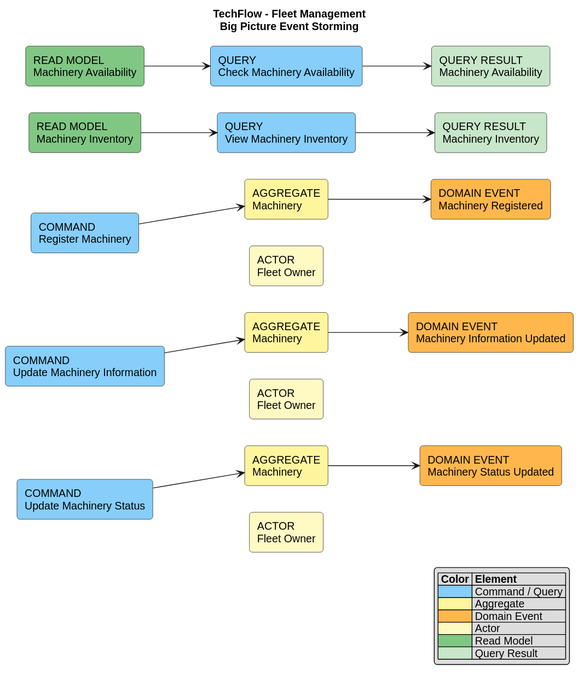
This is assets/architecture/event-storming-rendered/fleet-management-design-level.svg from TechnoLoad-TechFlow/TechFlow, a PlantUML export, as it was before one commit. The source it was exported from:
```plantuml
@startuml
title TechFlow - Fleet Management\nBig Picture Event Storming

left to right direction
skinparam shadowing false
skinparam roundcorner 8
skinparam defaultFontName Arial


rectangle "COMMAND\nRegister Machinery" as CMD_REGISTER #87CEFA
rectangle "AGGREGATE\nMachinery" as AGG_REGISTER #FFF59D
rectangle "DOMAIN EVENT\nMachinery Registered" as EVT_REGISTERED #FFB74D
rectangle "ACTOR\nFleet Owner" as ACT_REGISTER #FFF9C4

rectangle "COMMAND\nUpdate Machinery Information" as CMD_UPDATE_INFO #87CEFA
rectangle "AGGREGATE\nMachinery" as AGG_UPDATE_INFO #FFF59D
rectangle "DOMAIN EVENT\nMachinery Information Updated" as EVT_INFO_UPDATED #FFB74D
rectangle "ACTOR\nFleet Owner" as ACT_UPDATE_INFO #FFF9C4

rectangle "COMMAND\nUpdate Machinery Status" as CMD_UPDATE_STATUS #87CEFA
rectangle "AGGREGATE\nMachinery" as AGG_UPDATE_STATUS #FFF59D
rectangle "DOMAIN EVENT\nMachinery Status Updated" as EVT_STATUS_UPDATED #FFB74D
rectangle "ACTOR\nFleet Owner" as ACT_UPDATE_STATUS #FFF9C4

rectangle "READ MODEL\nMachinery Inventory" as READ_INVENTORY #81C784
rectangle "QUERY\nView Machinery Inventory" as QUERY_INVENTORY #87CEFA
rectangle "QUERY RESULT\nMachinery Inventory" as RESULT_INVENTORY #C8E6C9

rectangle "READ MODEL\nMachinery Availability" as READ_AVAILABILITY #81C784
rectangle "QUERY\nCheck Machinery Availability" as QUERY_AVAILABILITY #87CEFA
rectangle "QUERY RESULT\nMachinery Availability" as RESULT_AVAILABILITY #C8E6C9


CMD_REGISTER --> AGG_REGISTER
AGG_REGISTER --> EVT_REGISTERED
ACT_REGISTER -[hidden]up-> CMD_REGISTER

CMD_UPDATE_INFO --> AGG_UPDATE_INFO
AGG_UPDATE_INFO --> EVT_INFO_UPDATED
ACT_UPDATE_INFO -[hidden]up-> CMD_UPDATE_INFO

CMD_UPDATE_STATUS --> AGG_UPDATE_STATUS
AGG_UPDATE_STATUS --> EVT_STATUS_UPDATED
ACT_UPDATE_STATUS -[hidden]up-> CMD_UPDATE_STATUS


READ_INVENTORY --> QUERY_INVENTORY
QUERY_INVENTORY --> RESULT_INVENTORY
READ_AVAILABILITY --> QUERY_AVAILABILITY
QUERY_AVAILABILITY --> RESULT_AVAILABILITY

legend right
|= Color |= Element |
|<#87CEFA>| Command / Query |
|<#FFF59D>| Aggregate |
|<#FFB74D>| Domain Event |
|<#FFF9C4>| Actor |
|<#81C784>| Read Model |
|<#C8E6C9>| Query Result |
endlegend
@enduml
```
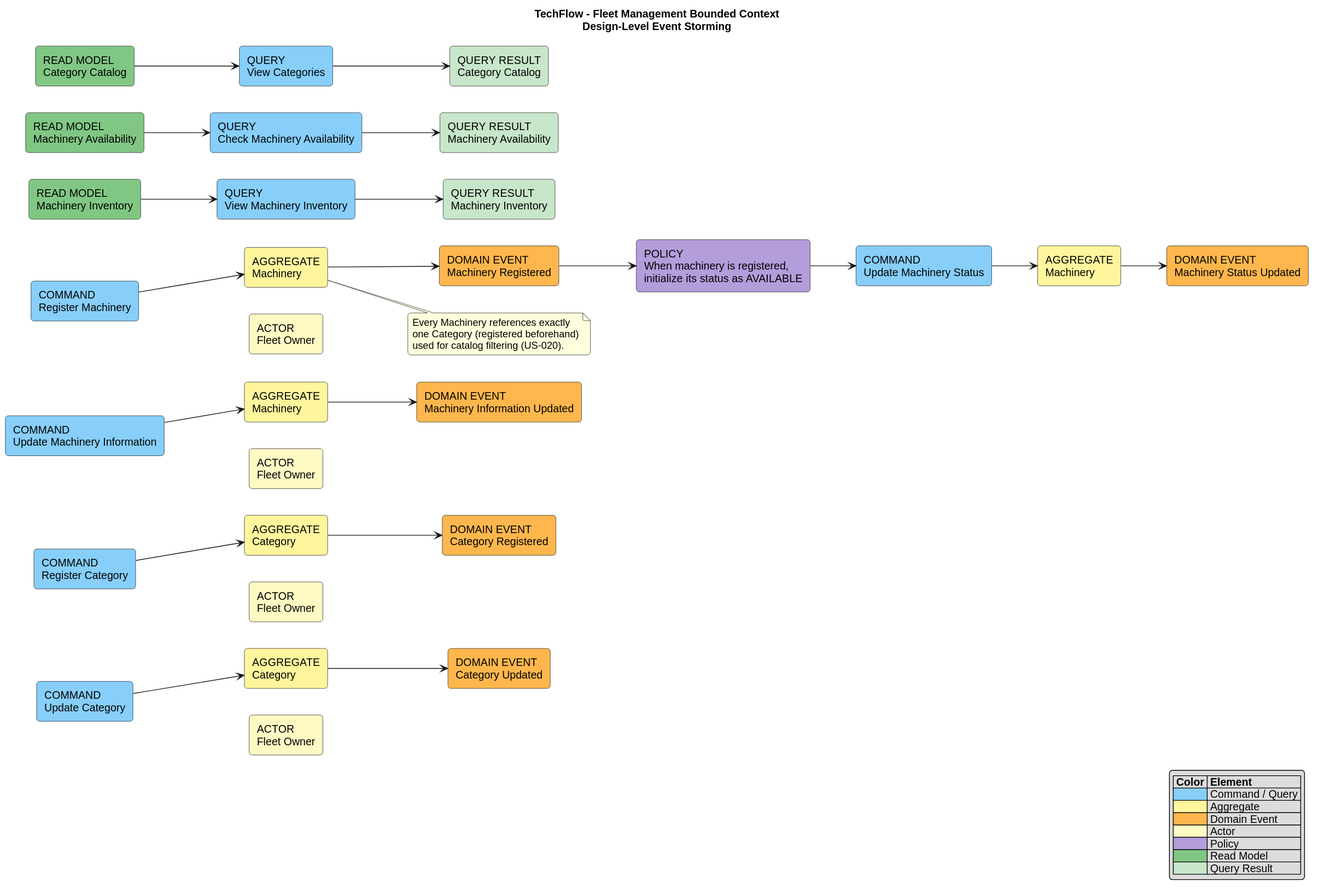
Later version of the same file.

Diff of the diagram source:
```diff
@@ -1,5 +1,5 @@
 @startuml
-title TechFlow - Fleet Management\nBig Picture Event Storming
+title TechFlow - Fleet Management Bounded Context\nDesign-Level Event Storming
 
 left to right direction
 skinparam shadowing false
@@ -9,18 +9,26 @@
 
 rectangle "COMMAND\nRegister Machinery" as CMD_REGISTER #87CEFA
 rectangle "AGGREGATE\nMachinery" as AGG_REGISTER #FFF59D
-rectangle "DOMAIN EVENT\nMachinery Registered" as EVT_REGISTERED #FFB74D
 rectangle "ACTOR\nFleet Owner" as ACT_REGISTER #FFF9C4
-
 rectangle "COMMAND\nUpdate Machinery Information" as CMD_UPDATE_INFO #87CEFA
 rectangle "AGGREGATE\nMachinery" as AGG_UPDATE_INFO #FFF59D
-rectangle "DOMAIN EVENT\nMachinery Information Updated" as EVT_INFO_UPDATED #FFB74D
 rectangle "ACTOR\nFleet Owner" as ACT_UPDATE_INFO #FFF9C4
-
 rectangle "COMMAND\nUpdate Machinery Status" as CMD_UPDATE_STATUS #87CEFA
 rectangle "AGGREGATE\nMachinery" as AGG_UPDATE_STATUS #FFF59D
+rectangle "COMMAND\nRegister Category" as CMD_REGISTER_CATEGORY #87CEFA
+rectangle "AGGREGATE\nCategory" as AGG_REGISTER_CATEGORY #FFF59D
+rectangle "ACTOR\nFleet Owner" as ACT_REGISTER_CATEGORY #FFF9C4
+rectangle "COMMAND\nUpdate Category" as CMD_UPDATE_CATEGORY #87CEFA
+rectangle "AGGREGATE\nCategory" as AGG_UPDATE_CATEGORY #FFF59D
+rectangle "ACTOR\nFleet Owner" as ACT_UPDATE_CATEGORY #FFF9C4
+
+rectangle "DOMAIN EVENT\nMachinery Registered" as EVT_REGISTERED #FFB74D
+rectangle "DOMAIN EVENT\nMachinery Information Updated" as EVT_INFO_UPDATED #FFB74D
 rectangle "DOMAIN EVENT\nMachinery Status Updated" as EVT_STATUS_UPDATED #FFB74D
-rectangle "ACTOR\nFleet Owner" as ACT_UPDATE_STATUS #FFF9C4
+rectangle "DOMAIN EVENT\nCategory Registered" as EVT_CATEGORY_REGISTERED #FFB74D
+rectangle "DOMAIN EVENT\nCategory Updated" as EVT_CATEGORY_UPDATED #FFB74D
+
+rectangle "POLICY\nWhen machinery is registered,\ninitialize its status as AVAILABLE" as POL_INITIAL_STATUS #B39DDB
 
 rectangle "READ MODEL\nMachinery Inventory" as READ_INVENTORY #81C784
 rectangle "QUERY\nView Machinery Inventory" as QUERY_INVENTORY #87CEFA
@@ -29,6 +37,10 @@
 rectangle "READ MODEL\nMachinery Availability" as READ_AVAILABILITY #81C784
 rectangle "QUERY\nCheck Machinery Availability" as QUERY_AVAILABILITY #87CEFA
 rectangle "QUERY RESULT\nMachinery Availability" as RESULT_AVAILABILITY #C8E6C9
+
+rectangle "READ MODEL\nCategory Catalog" as READ_CATEGORIES #81C784
+rectangle "QUERY\nView Categories" as QUERY_CATEGORIES #87CEFA
+rectangle "QUERY RESULT\nCategory Catalog" as RESULT_CATEGORIES #C8E6C9
 
 
 CMD_REGISTER --> AGG_REGISTER
@@ -41,13 +53,31 @@
 
 CMD_UPDATE_STATUS --> AGG_UPDATE_STATUS
 AGG_UPDATE_STATUS --> EVT_STATUS_UPDATED
-ACT_UPDATE_STATUS -[hidden]up-> CMD_UPDATE_STATUS
+
+CMD_REGISTER_CATEGORY --> AGG_REGISTER_CATEGORY
+AGG_REGISTER_CATEGORY --> EVT_CATEGORY_REGISTERED
+ACT_REGISTER_CATEGORY -[hidden]up-> CMD_REGISTER_CATEGORY
+
+CMD_UPDATE_CATEGORY --> AGG_UPDATE_CATEGORY
+AGG_UPDATE_CATEGORY --> EVT_CATEGORY_UPDATED
+ACT_UPDATE_CATEGORY -[hidden]up-> CMD_UPDATE_CATEGORY
+
+EVT_REGISTERED --> POL_INITIAL_STATUS
+POL_INITIAL_STATUS --> CMD_UPDATE_STATUS
+
+note right of AGG_REGISTER
+  Every Machinery references exactly
+  one Category (registered beforehand)
+  used for catalog filtering (US-020).
+end note
 
 
 READ_INVENTORY --> QUERY_INVENTORY
 QUERY_INVENTORY --> RESULT_INVENTORY
 READ_AVAILABILITY --> QUERY_AVAILABILITY
 QUERY_AVAILABILITY --> RESULT_AVAILABILITY
+READ_CATEGORIES --> QUERY_CATEGORIES
+QUERY_CATEGORIES --> RESULT_CATEGORIES
 
 legend right
 |= Color |= Element |
@@ -55,6 +85,7 @@
 |<#FFF59D>| Aggregate |
 |<#FFB74D>| Domain Event |
 |<#FFF9C4>| Actor |
+|<#B39DDB>| Policy |
 |<#81C784>| Read Model |
 |<#C8E6C9>| Query Result |
 endlegend
```
